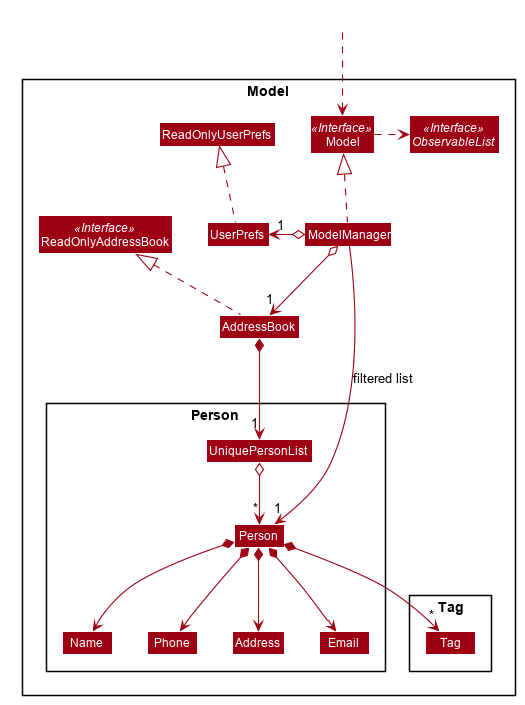
This is docs/images/ModelClassDiagram.png from nus-cs2103-AY1920S1/addressbook-level3, a PlantUML export, as it was before one commit.
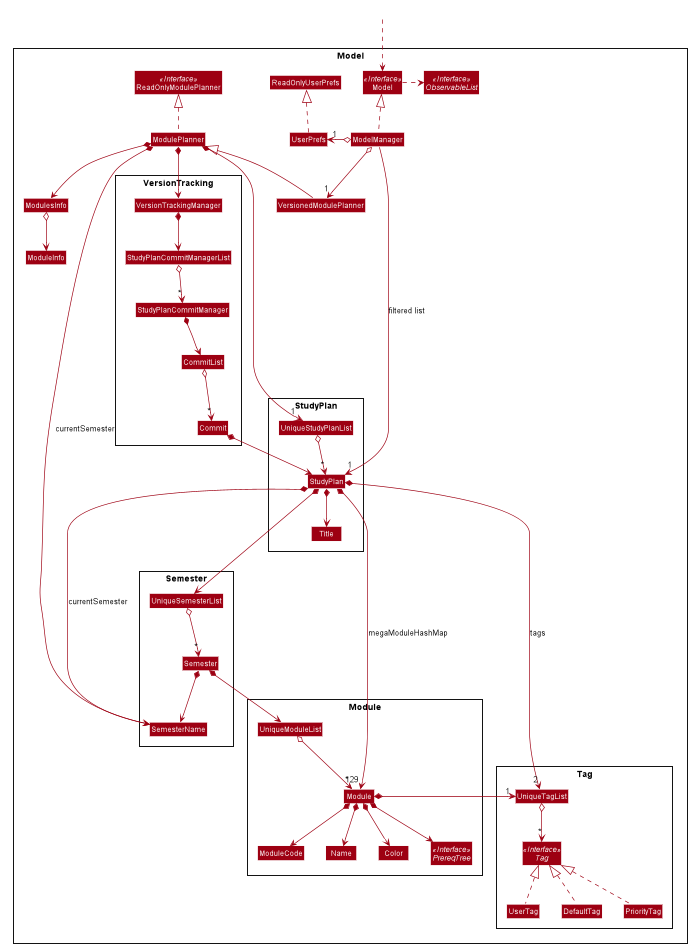
Above is the later version.

Commit message:
Update model component of DG (#327)

Change to the diagram source:
```diff
@@ -1,4 +1,8 @@
 @startuml
+
+
+
+
 
 
 
@@ -52,52 +56,108 @@
 skinparam classBackgroundColor #9D0012
 
 Package Model <<Rectangle>>{
-Interface ReadOnlyAddressBook <<Interface>>
+Interface ReadOnlyModulePlanner <<Interface>>
 Interface Model <<Interface>>
 Interface ObservableList <<Interface>>
-Class AddressBook
-Class ReadOnlyAddressBook
+Class ModulePlanner
+Class ReadOnlyModulePlanner
+Class VersionedModulePlanner
 Class Model
 Class ModelManager
 Class UserPrefs
 Class ReadOnlyUserPrefs
+Class ModuleInfo
+Class ModulesInfo
 
-Package Person {
-Class Person
-Class Address
-Class Email
+Package StudyPlan {
+Class StudyPlan
+Class Title
+Class UniqueStudyPlanList
+}
+
+Package Module {
+Class UniqueModuleList
+Class Module
+Class ModuleCode
 Class Name
-Class Phone
-Class UniquePersonList
+Class Color
+Interface PrereqTree <<Interface>>
 }
 
 Package Tag {
-Class Tag
+Interface Tag <<Interface>>
+Class UniqueTagList
+Class UserTag
+Class DefaultTag
+Class PriorityTag
+}
+
+Package Semester {
+Class Semester
+Class SemesterName
+Class UniqueSemesterList
+}
+
+Package VersionTracking {
+Class VersionTrackingManager
+Class StudyPlanCommitManagerList
+Class StudyPlanCommitManager
+Class CommitList
+Class Commit
 }
 }
 
 Class HiddenOutside #FFFFFF
 HiddenOutside ..> Model
 
-AddressBook .up.|> ReadOnlyAddressBook
+StudyPlan -[hidden]- Tag
+
+VersionTrackingManager *--> StudyPlanCommitManagerList
+StudyPlanCommitManagerList o--> "*" StudyPlanCommitManager
+StudyPlanCommitManager *--> CommitList
+CommitList o--> "*" Commit
+Commit *--> StudyPlan
+
+ModulePlanner .up.|> ReadOnlyModulePlanner
+VersionedModulePlanner -up-|> ModulePlanner
 
 ModelManager .up.|> Model
 Model .right.> ObservableList
-ModelManager o--> "1" AddressBook
+ModelManager o--> "1" VersionedModulePlanner
 ModelManager o-left-> "1" UserPrefs
 UserPrefs .up.|> ReadOnlyUserPrefs
 
-AddressBook *--> "1" UniquePersonList
-UniquePersonList o--> "*" Person
-Person *--> Name
-Person *--> Phone
-Person *--> Email
-Person *--> Address
-Person *--> "*" Tag
+ModulePlanner *-down-> ModulesInfo
+ModulePlanner *-down-> VersionTrackingManager
+ModulePlanner *-right-> SemesterName : currentSemester
 
-Name -[hidden]right-> Phone
-Phone -[hidden]right-> Address
-Address -[hidden]right-> Email
+ModulesInfo o-down-> ModuleInfo
 
-ModelManager -->"1" Person : filtered list
+ModulePlanner *--> "1" UniqueStudyPlanList
+UniqueStudyPlanList o--> "*" StudyPlan
+StudyPlan *-----> SemesterName : currentSemester
+StudyPlan *-down-> "2" UniqueTagList : tags
+StudyPlan *--> Title
+StudyPlan *-right-> UniqueSemesterList
+StudyPlan *--> "129" Module : megaModuleHashMap
+
+Semester -[hidden]- Module
+
+UniqueModuleList o--> "*" Module
+Module *--> Name
+Module *--> PrereqTree
+Module *--> Color
+Module *--> ModuleCode
+Module *-right-> "1" UniqueTagList
+
+UniqueTagList o--> "*" Tag
+UserTag .up.|> Tag
+DefaultTag .up.|> Tag
+PriorityTag .up.|> Tag
+
+UniqueSemesterList o--> "*" Semester
+Semester *--> SemesterName
+Semester *--> UniqueModuleList
+
+ModelManager -->"1" StudyPlan : filtered list
 @enduml
```
